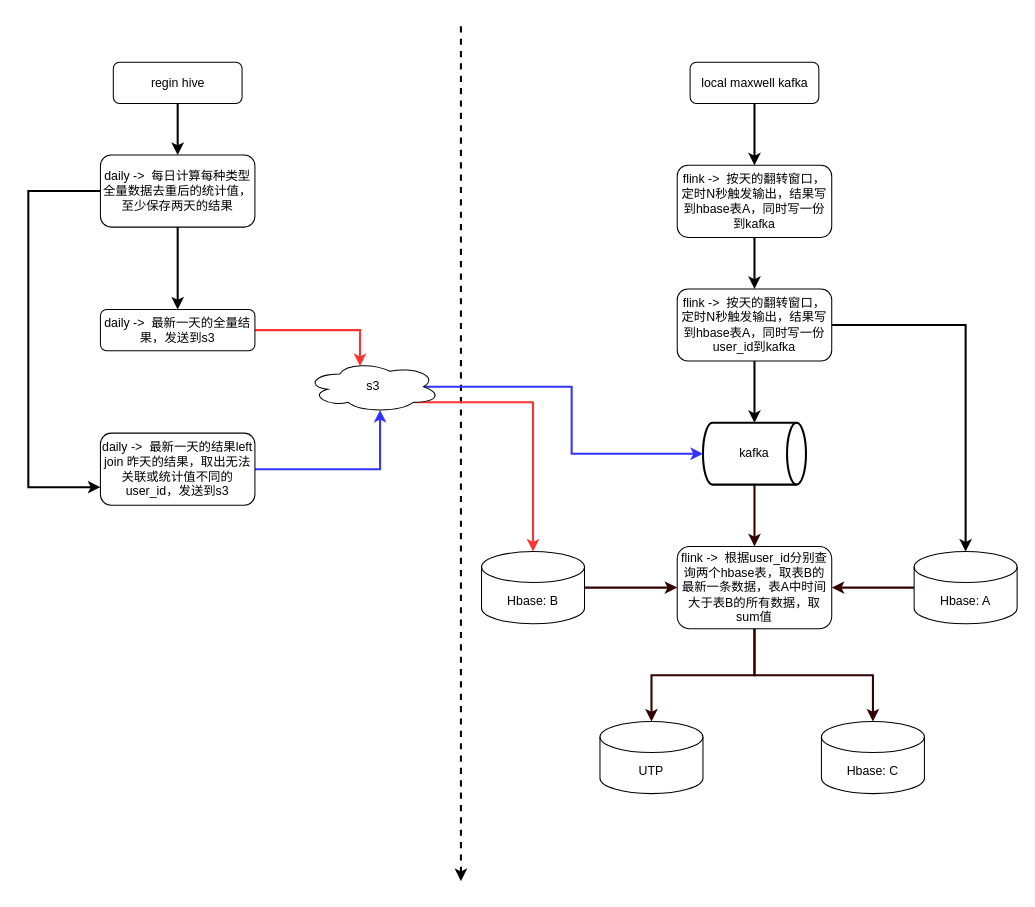
Earlier version of the draw.io diagram 未命名绘图.drawio (LadyTao/flink-study). Source tidied: cells renumbered, new cells numbered last; positions are measured from the earlier drawing's top-left corner, leaving out a move shared by most shapes. Both pictures are drawn from the tidied source at 103%, with x=0, y=0 at pixel (28, 26).
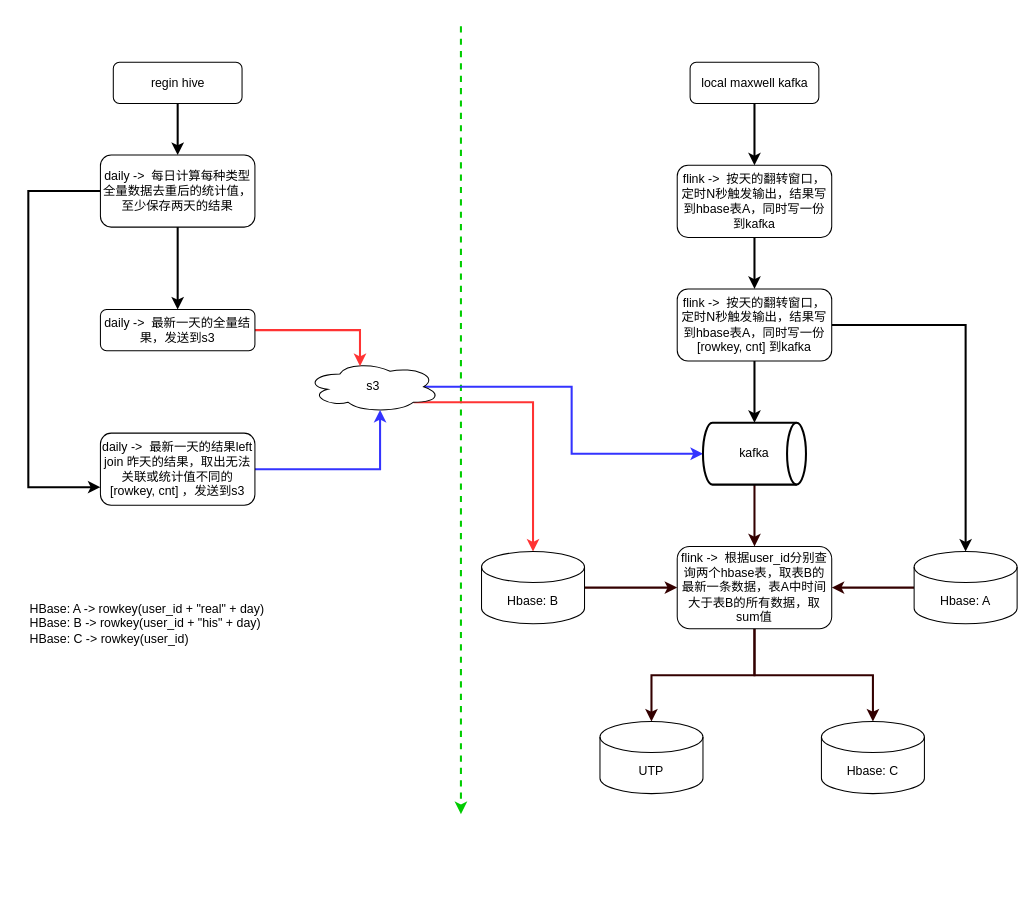
After the change.

Commit message:
更新未命名绘图.drawio

Diff of the diagram source:
```diff
@@
-    <mxCell id="2" style="edgeStyle=none;orthogonalLoop=1;jettySize=auto;html=1;rounded=0;strokeWidth=2;dashed=1;" parent="1" edge="1">
+    <mxCell id="2" style="edgeStyle=none;orthogonalLoop=1;jettySize=auto;html=1;rounded=0;strokeWidth=2;dashed=1;strokeColor=#00CC00;" parent="1" edge="1">
       <mxGeometry relative="1" as="geometry">
         <mxPoint x="420" as="sourcePoint" />
-        <mxPoint x="420" y="830" as="targetPoint" />
+        <mxPoint x="420" y="765" as="targetPoint" />
       </mxGeometry>
     </mxCell>
@@
-    <mxCell id="14" value="daily -&amp;gt;&amp;nbsp; 最新一天的结果left join 昨天的结果，取出无法关联或统计值不同的user_id，发送到s3" style="rounded=1;whiteSpace=wrap;html=1;" parent="1" vertex="1">
+    <mxCell id="14" value="daily -&amp;gt;&amp;nbsp; 最新一天的结果left join 昨天的结果，取出无法关联或统计值不同的[rowkey, cnt]&amp;nbsp;，发送到s3" style="rounded=1;whiteSpace=wrap;html=1;" parent="1" vertex="1">
       <mxGeometry x="70" y="395" width="150" height="70" as="geometry" />
     </mxCell>
@@
-    <mxCell id="23" value="flink -&amp;gt;&amp;nbsp; 按天的翻转窗口，定时N秒触发输出，结果写到hbase表A，同时写一份user_id到kafka" style="rounded=1;whiteSpace=wrap;html=1;" parent="1" vertex="1">
+    <mxCell id="23" value="flink -&amp;gt;&amp;nbsp; 按天的翻转窗口，定时N秒触发输出，结果写到hbase表A，同时写一份[rowkey, cnt] 到kafka" style="rounded=1;whiteSpace=wrap;html=1;" parent="1" vertex="1">
       <mxGeometry x="630" y="255" width="150" height="70" as="geometry" />
     </mxCell>
@@
+    <mxCell id="33" value="&lt;div style=&quot;text-align: justify;&quot;&gt;&lt;span style=&quot;background-color: initial;&quot;&gt;HBase: A -&amp;gt; rowkey(user_id + &quot;real&quot; + day)&lt;/span&gt;&lt;/div&gt;&lt;div style=&quot;text-align: justify;&quot;&gt;&lt;span style=&quot;background-color: initial;&quot;&gt;HBase: B -&amp;gt; rowkey(user_id + &quot;his&quot; + day)&lt;/span&gt;&lt;/div&gt;&lt;div style=&quot;text-align: justify;&quot;&gt;&lt;span style=&quot;background-color: initial;&quot;&gt;HBase: C -&amp;gt; rowkey(user_id)&lt;/span&gt;&lt;/div&gt;" style="text;html=1;align=center;verticalAlign=middle;fillColor=none;strokeColor=none;rounded=0;" parent="1" vertex="1">
+      <mxGeometry x="-10" y="550" width="250" height="60" as="geometry" />
+    </mxCell>
```
